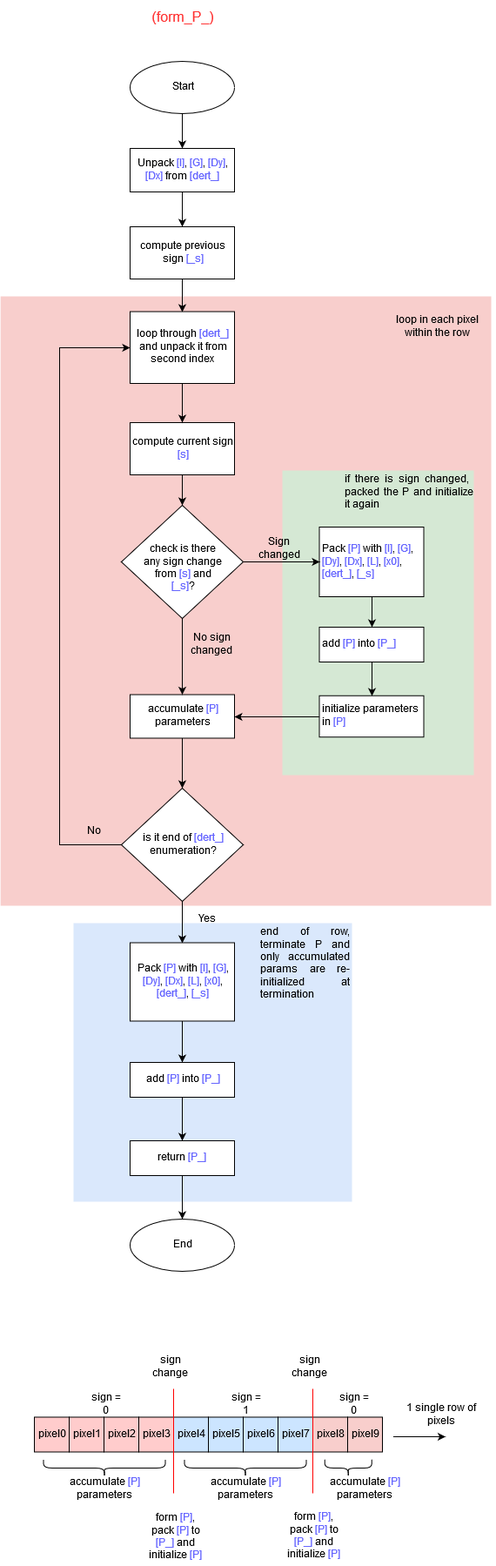
Above: docs/assets/form_P_.png in boris-kz/CogAlg (draw.io), before the change. Source tidied: cells renumbered, new cells last; positions are measured from the earlier drawing's top-left corner, leaving out a move shared by most shapes.
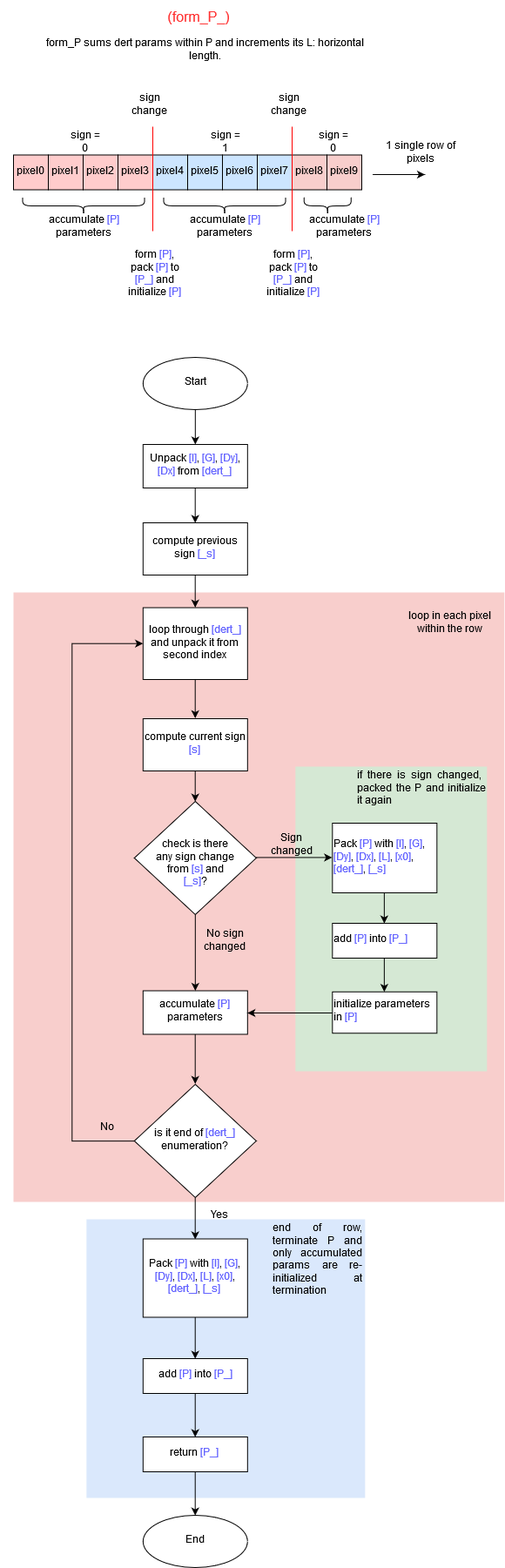
Later version of the same file.

What changed in the source:
```diff
@@ -12,7 +12,7 @@
       <mxGeometry x="324" y="540" width="220" height="350" as="geometry" />
     </mxCell>
     <mxCell id="5" value="&lt;font style=&quot;font-size: 16px&quot; color=&quot;#FF3333&quot;&gt;(form_P_)&lt;/font&gt;" style="text;html=1;strokeColor=none;fillColor=none;align=center;verticalAlign=middle;whiteSpace=wrap;rounded=0;" parent="1" vertex="1">
-      <mxGeometry x="149" width="120" height="40" as="geometry" />
+      <mxGeometry x="152.5" y="-340" width="120" height="40" as="geometry" />
     </mxCell>
     <mxCell id="6" style="edgeStyle=orthogonalEdgeStyle;rounded=0;jettySize=auto;html=1;" parent="1" edge="1" source="7">
       <mxGeometry relative="1" as="geometry">
@@ -118,7 +118,7 @@
       <mxGeometry x="287.1" y="610" width="65" height="40" as="geometry" />
     </mxCell>
     <mxCell id="38" value="No sign changed" style="text;html=1;strokeColor=none;fillColor=none;align=center;verticalAlign=middle;whiteSpace=wrap;rounded=0;" parent="1" vertex="1">
-      <mxGeometry x="212.4" y="715" width="60" height="50" as="geometry" />
+      <mxGeometry x="212.5" y="715" width="60" height="50" as="geometry" />
     </mxCell>
     <mxCell id="39" value="loop in each pixel within the row" style="text;html=1;strokeColor=none;fillColor=none;align=center;verticalAlign=middle;whiteSpace=wrap;rounded=0;" parent="1" vertex="1">
       <mxGeometry x="439" y="340" width="125" height="70" as="geometry" />
@@ -129,101 +129,104 @@
     <mxCell id="41" value="&lt;div align=&quot;justify&quot;&gt;end of row, terminate P and only accumulated params are re-initialized at termination &lt;/div&gt;" style="text;html=1;strokeColor=none;fillColor=none;align=center;verticalAlign=middle;whiteSpace=wrap;rounded=0;" parent="1" vertex="1">
       <mxGeometry x="297.1" y="1041" width="105" height="132.5" as="geometry" />
     </mxCell>
+    <mxCell id="69" value="No" style="text;html=1;strokeColor=none;fillColor=none;align=center;verticalAlign=middle;whiteSpace=wrap;rounded=0;" parent="1" vertex="1">
+      <mxGeometry x="85.2" y="940" width="45" height="30" as="geometry" />
+    </mxCell>
+    <mxCell id="70" value="Yes" style="text;html=1;strokeColor=none;fillColor=none;align=center;verticalAlign=middle;whiteSpace=wrap;rounded=0;" parent="1" vertex="1">
+      <mxGeometry x="214" y="1041" width="45" height="30" as="geometry" />
+    </mxCell>
     <mxCell id="42" value="pixel0" style="rounded=0;whiteSpace=wrap;html=1;fillColor=#FFCCCC;" parent="1" vertex="1">
-      <mxGeometry x="39" y="1627.5" width="40" height="40" as="geometry" />
+      <mxGeometry x="0.2" y="-162.5" width="40" height="40" as="geometry" />
     </mxCell>
     <mxCell id="43" value="pixel1" style="rounded=0;whiteSpace=wrap;html=1;fillColor=#FFCCCC;" parent="1" vertex="1">
-      <mxGeometry x="79" y="1627.5" width="40" height="40" as="geometry" />
+      <mxGeometry x="40.2" y="-162.5" width="40" height="40" as="geometry" />
     </mxCell>
     <mxCell id="44" value="pixel2" style="rounded=0;whiteSpace=wrap;html=1;fillColor=#FFCCCC;" parent="1" vertex="1">
-      <mxGeometry x="119" y="1627.5" width="40" height="40" as="geometry" />
+      <mxGeometry x="80.2" y="-162.5" width="40" height="40" as="geometry" />
     </mxCell>
     <mxCell id="45" value="pixel3" style="rounded=0;whiteSpace=wrap;html=1;fillColor=#FFCCCC;" parent="1" vertex="1">
-      <mxGeometry x="159" y="1627.5" width="40" height="40" as="geometry" />
+      <mxGeometry x="120.2" y="-162.5" width="40" height="40" as="geometry" />
     </mxCell>
     <mxCell id="46" value="pixel4" style="rounded=0;whiteSpace=wrap;html=1;fillColor=#CCE5FF;" parent="1" vertex="1">
-      <mxGeometry x="199" y="1627.5" width="40" height="40" as="geometry" />
+      <mxGeometry x="160.2" y="-162.5" width="40" height="40" as="geometry" />
     </mxCell>
     <mxCell id="47" value="pixel5" style="rounded=0;whiteSpace=wrap;html=1;fillColor=#CCE5FF;" parent="1" vertex="1">
-      <mxGeometry x="239" y="1627.5" width="40" height="40" as="geometry" />
+      <mxGeometry x="200.2" y="-162.5" width="40" height="40" as="geometry" />
     </mxCell>
     <mxCell id="48" value="pixel6" style="rounded=0;whiteSpace=wrap;html=1;fillColor=#CCE5FF;" parent="1" vertex="1">
-      <mxGeometry x="279" y="1627.5" width="40" height="40" as="geometry" />
+      <mxGeometry x="240.2" y="-162.5" width="40" height="40" as="geometry" />
     </mxCell>
     <mxCell id="49" value="pixel7" style="rounded=0;whiteSpace=wrap;html=1;fillColor=#CCE5FF;" parent="1" vertex="1">
-      <mxGeometry x="319" y="1627.5" width="40" height="40" as="geometry" />
+      <mxGeometry x="280.2" y="-162.5" width="40" height="40" as="geometry" />
     </mxCell>
     <mxCell id="50" value="pixel8" style="rounded=0;whiteSpace=wrap;html=1;fillColor=#f8cecc;strokeColor=#000000;" parent="1" vertex="1">
-      <mxGeometry x="359" y="1627.5" width="40" height="40" as="geometry" />
+      <mxGeometry x="320.2" y="-162.5" width="40" height="40" as="geometry" />
     </mxCell>
     <mxCell id="51" value="pixel9" style="rounded=0;whiteSpace=wrap;html=1;fillColor=#f8cecc;strokeColor=#000000;" parent="1" vertex="1">
-      <mxGeometry x="399" y="1627.5" width="40" height="40" as="geometry" />
+      <mxGeometry x="360.2" y="-162.5" width="40" height="40" as="geometry" />
     </mxCell>
-    <mxCell id="52" style="endArrow=none;html=1;strokeColor=#FF0000;" parent="1" edge="1">
-      <mxGeometry relative="1" as="geometry">
-        <mxPoint x="199" y="1715" as="sourcePoint" />
-        <mxPoint x="199" y="1595" as="targetPoint" />
-      </mxGeometry>
-    </mxCell>
-    <mxCell id="53" style="endArrow=none;html=1;strokeColor=#FF0000;" parent="1" edge="1">
-      <mxGeometry relative="1" as="geometry">
-        <mxPoint x="359" y="1715" as="sourcePoint" />
-        <mxPoint x="359" y="1595" as="targetPoint" />
-      </mxGeometry>
-    </mxCell>
-    <mxCell id="54" value="sign change" style="text;html=1;strokeColor=none;fillColor=none;align=center;verticalAlign=middle;whiteSpace=wrap;rounded=0;" parent="1" vertex="1">
-      <mxGeometry x="174" y="1560" width="40" height="20" as="geometry" />
-    </mxCell>
-    <mxCell id="55" value="sign change" style="text;html=1;strokeColor=none;fillColor=none;align=center;verticalAlign=middle;whiteSpace=wrap;rounded=0;" parent="1" vertex="1">
-      <mxGeometry x="334" y="1560" width="40" height="20" as="geometry" />
-    </mxCell>
-    <mxCell id="56" value="form &lt;font color=&quot;#6666FF&quot;&gt;[P]&lt;/font&gt;, pack &lt;font color=&quot;#6666FF&quot;&gt;[P]&lt;/font&gt; to &lt;font color=&quot;#6666FF&quot;&gt;[P_]&lt;/font&gt; and initialize &lt;font color=&quot;#6666FF&quot;&gt;[P]&lt;/font&gt;" style="text;html=1;strokeColor=none;fillColor=none;align=center;verticalAlign=middle;whiteSpace=wrap;rounded=0;" parent="1" vertex="1">
-      <mxGeometry x="167.4" y="1733.5" width="67" height="64" as="geometry" />
-    </mxCell>
-    <mxCell id="57" value="form &lt;font color=&quot;#6666FF&quot;&gt;[P]&lt;/font&gt;, pack &lt;font color=&quot;#6666FF&quot;&gt;[P]&lt;/font&gt; to &lt;font color=&quot;#6666FF&quot;&gt;[P_]&lt;/font&gt; and initialize &lt;font color=&quot;#6666FF&quot;&gt;[P]&lt;/font&gt;" style="text;html=1;strokeColor=none;fillColor=none;align=center;verticalAlign=middle;whiteSpace=wrap;rounded=0;" parent="1" vertex="1">
-      <mxGeometry x="326.5" y="1733.5" width="67" height="62.5" as="geometry" />
-    </mxCell>
-    <mxCell id="58" style="shape=curlyBracket;whiteSpace=wrap;html=1;rounded=1;fillColor=#FFFFCC;rotation=-90;" parent="1" vertex="1">
-      <mxGeometry x="109.5" y="1616" width="20" height="140" as="geometry" />
-    </mxCell>
-    <mxCell id="59" style="shape=curlyBracket;whiteSpace=wrap;html=1;rounded=1;fillColor=#FFFFCC;rotation=-90;" parent="1" vertex="1">
-      <mxGeometry x="271.5" y="1616" width="20" height="140" as="geometry" />
-    </mxCell>
-    <mxCell id="60" style="shape=curlyBracket;whiteSpace=wrap;html=1;rounded=1;fillColor=#FFFFCC;rotation=-90;" parent="1" vertex="1">
-      <mxGeometry x="389.8" y="1659" width="20" height="54" as="geometry" />
-    </mxCell>
-    <mxCell id="61" style="endArrow=classic;html=1;strokeColor=#000000;" parent="1" edge="1">
-      <mxGeometry relative="1" as="geometry">
-        <mxPoint x="451.5" y="1650" as="sourcePoint" />
-        <mxPoint x="511.5" y="1650" as="targetPoint" />
-      </mxGeometry>
-    </mxCell>
+    <mxCell id="71" style="endArrow=none;html=1;strokeColor=#FF0000;" parent="1" edge="1">
+      <mxGeometry relative="1" as="geometry">
+        <mxPoint x="160.2" y="-75" as="sourcePoint" />
+        <mxPoint x="160.2" y="-195" as="targetPoint" />
+      </mxGeometry>
+    </mxCell>
+    <mxCell id="72" style="endArrow=none;html=1;strokeColor=#FF0000;" parent="1" edge="1">
+      <mxGeometry relative="1" as="geometry">
+        <mxPoint x="320.2" y="-75" as="sourcePoint" />
+        <mxPoint x="320.2" y="-195" as="targetPoint" />
+      </mxGeometry>
+    </mxCell>
+    <mxCell id="73" value="sign change" style="text;html=1;strokeColor=none;fillColor=none;align=center;verticalAlign=middle;whiteSpace=wrap;rounded=0;" parent="1" vertex="1">
+      <mxGeometry x="135.2" y="-230" width="40" height="20" as="geometry" />
+    </mxCell>
+    <mxCell id="74" value="sign change" style="text;html=1;strokeColor=none;fillColor=none;align=center;verticalAlign=middle;whiteSpace=wrap;rounded=0;" parent="1" vertex="1">
+      <mxGeometry x="295.2" y="-230" width="40" height="20" as="geometry" />
+    </mxCell>
+    <mxCell id="75" value="form &lt;font color=&quot;#6666FF&quot;&gt;[P]&lt;/font&gt;, pack &lt;font color=&quot;#6666FF&quot;&gt;[P]&lt;/font&gt; to &lt;font color=&quot;#6666FF&quot;&gt;[P_]&lt;/font&gt; and initialize &lt;font color=&quot;#6666FF&quot;&gt;[P]&lt;/font&gt;" style="text;html=1;strokeColor=none;fillColor=none;align=center;verticalAlign=middle;whiteSpace=wrap;rounded=0;" parent="1" vertex="1">
+      <mxGeometry x="128.6" y="-56.5" width="67" height="64" as="geometry" />
+    </mxCell>
+    <mxCell id="76" value="form &lt;font color=&quot;#6666FF&quot;&gt;[P]&lt;/font&gt;, pack &lt;font color=&quot;#6666FF&quot;&gt;[P]&lt;/font&gt; to &lt;font color=&quot;#6666FF&quot;&gt;[P_]&lt;/font&gt; and initialize &lt;font color=&quot;#6666FF&quot;&gt;[P]&lt;/font&gt;" style="text;html=1;strokeColor=none;fillColor=none;align=center;verticalAlign=middle;whiteSpace=wrap;rounded=0;" parent="1" vertex="1">
+      <mxGeometry x="287.7" y="-56.5" width="67" height="62.5" as="geometry" />
+    </mxCell>
+    <mxCell id="77" style="shape=curlyBracket;whiteSpace=wrap;html=1;rounded=1;fillColor=#FFFFCC;rotation=-90;" parent="1" vertex="1">
+      <mxGeometry x="70.7" y="-174" width="20" height="140" as="geometry" />
+    </mxCell>
+    <mxCell id="78" style="shape=curlyBracket;whiteSpace=wrap;html=1;rounded=1;fillColor=#FFFFCC;rotation=-90;" parent="1" vertex="1">
+      <mxGeometry x="232.7" y="-174" width="20" height="140" as="geometry" />
+    </mxCell>
+    <mxCell id="79" style="shape=curlyBracket;whiteSpace=wrap;html=1;rounded=1;fillColor=#FFFFCC;rotation=-90;" parent="1" vertex="1">
+      <mxGeometry x="350.9" y="-131" width="20" height="54" as="geometry" />
+    </mxCell>
+    <mxCell id="80" style="endArrow=classic;html=1;strokeColor=#000000;" parent="1" edge="1">
+      <mxGeometry relative="1" as="geometry">
+        <mxPoint x="412.7" y="-140" as="sourcePoint" />
+        <mxPoint x="472.7" y="-140" as="targetPoint" />
+      </mxGeometry>
+    </mxCell>
     <mxCell id="62" value="1 single row of pixels" style="text;html=1;strokeColor=none;fillColor=none;align=center;verticalAlign=middle;whiteSpace=wrap;rounded=0;" parent="1" vertex="1">
-      <mxGeometry x="444" y="1607.5" width="125" height="20" as="geometry" />
+      <mxGeometry x="405.2" y="-182.5" width="125" height="20" as="geometry" />
     </mxCell>
-    <mxCell id="63" value="accumulate &lt;font color=&quot;#6666FF&quot;&gt;[P]&lt;/font&gt; parameters" style="text;html=1;strokeColor=none;fillColor=none;align=center;verticalAlign=middle;whiteSpace=wrap;rounded=0;" parent="1" vertex="1">
-      <mxGeometry x="234.4" y="1700" width="94.3" height="20" as="geometry" />
-    </mxCell>
-    <mxCell id="64" value="accumulate &lt;font color=&quot;#6666FF&quot;&gt;[P]&lt;/font&gt; parameters" style="text;html=1;strokeColor=none;fillColor=none;align=center;verticalAlign=middle;whiteSpace=wrap;rounded=0;" parent="1" vertex="1">
-      <mxGeometry x="72.2" y="1700" width="94.3" height="20" as="geometry" />
-    </mxCell>
-    <mxCell id="65" value="accumulate &lt;font color=&quot;#6666FF&quot;&gt;[P]&lt;/font&gt; parameters" style="text;html=1;strokeColor=none;fillColor=none;align=center;verticalAlign=middle;whiteSpace=wrap;rounded=0;" parent="1" vertex="1">
-      <mxGeometry x="371.9" y="1700" width="94.3" height="20" as="geometry" />
-    </mxCell>
-    <mxCell id="66" value="sign = 0" style="text;html=1;strokeColor=none;fillColor=none;align=center;verticalAlign=middle;whiteSpace=wrap;rounded=0;" parent="1" vertex="1">
-      <mxGeometry x="83" y="1596" width="76" height="20" as="geometry" />
-    </mxCell>
+    <mxCell id="81" value="accumulate &lt;font color=&quot;#6666FF&quot;&gt;[P]&lt;/font&gt; parameters" style="text;html=1;strokeColor=none;fillColor=none;align=center;verticalAlign=middle;whiteSpace=wrap;rounded=0;" parent="1" vertex="1">
+      <mxGeometry x="195.6" y="-90" width="94.3" height="20" as="geometry" />
+    </mxCell>
+    <mxCell id="82" value="accumulate &lt;font color=&quot;#6666FF&quot;&gt;[P]&lt;/font&gt; parameters" style="text;html=1;strokeColor=none;fillColor=none;align=center;verticalAlign=middle;whiteSpace=wrap;rounded=0;" parent="1" vertex="1">
+      <mxGeometry x="33.4" y="-90" width="94.3" height="20" as="geometry" />
+    </mxCell>
+    <mxCell id="83" value="accumulate &lt;font color=&quot;#6666FF&quot;&gt;[P]&lt;/font&gt; parameters" style="text;html=1;strokeColor=none;fillColor=none;align=center;verticalAlign=middle;whiteSpace=wrap;rounded=0;" parent="1" vertex="1">
+      <mxGeometry x="333.1" y="-90" width="94.3" height="20" as="geometry" />
+    </mxCell>
+    <mxCell id="84" value="sign = 0" style="text;html=1;strokeColor=none;fillColor=none;align=center;verticalAlign=middle;whiteSpace=wrap;rounded=0;" parent="1" vertex="1">
+      <mxGeometry x="44.2" y="-194" width="76" height="20" as="geometry" />
+    </mxCell>
     <mxCell id="67" value="sign = 1" style="text;html=1;strokeColor=none;fillColor=none;align=center;verticalAlign=middle;whiteSpace=wrap;rounded=0;" parent="1" vertex="1">
-      <mxGeometry x="243.5" y="1596" width="76" height="20" as="geometry" />
+      <mxGeometry x="204.7" y="-194" width="76" height="20" as="geometry" />
     </mxCell>
-    <mxCell id="68" value="sign = 0" style="text;html=1;strokeColor=none;fillColor=none;align=center;verticalAlign=middle;whiteSpace=wrap;rounded=0;" parent="1" vertex="1">
-      <mxGeometry x="368" y="1596" width="76" height="20" as="geometry" />
-    </mxCell>
-    <mxCell id="69" value="No" style="text;html=1;strokeColor=none;fillColor=none;align=center;verticalAlign=middle;whiteSpace=wrap;rounded=0;" parent="1" vertex="1">
-      <mxGeometry x="85.2" y="940" width="45" height="30" as="geometry" />
-    </mxCell>
-    <mxCell id="70" value="Yes" style="text;html=1;strokeColor=none;fillColor=none;align=center;verticalAlign=middle;whiteSpace=wrap;rounded=0;" parent="1" vertex="1">
-      <mxGeometry x="214" y="1041" width="45" height="30" as="geometry" />
-    </mxCell>
+    <mxCell id="85" value="sign = 0" style="text;html=1;strokeColor=none;fillColor=none;align=center;verticalAlign=middle;whiteSpace=wrap;rounded=0;" parent="1" vertex="1">
+      <mxGeometry x="329.2" y="-194" width="76" height="20" as="geometry" />
+    </mxCell>
+    <mxCell id="86" value="&lt;span class=&quot;pl-s&quot;&gt;form_P sums dert params within P and increments its L: horizontal length.&lt;/span&gt;" style="text;html=1;strokeColor=none;fillColor=none;align=center;verticalAlign=middle;whiteSpace=wrap;rounded=0;" parent="1" vertex="1">
+      <mxGeometry x="-14.8" y="-300" width="470" height="20" as="geometry" />
+    </mxCell>
   </root>
 </mxGraphModel>
```
